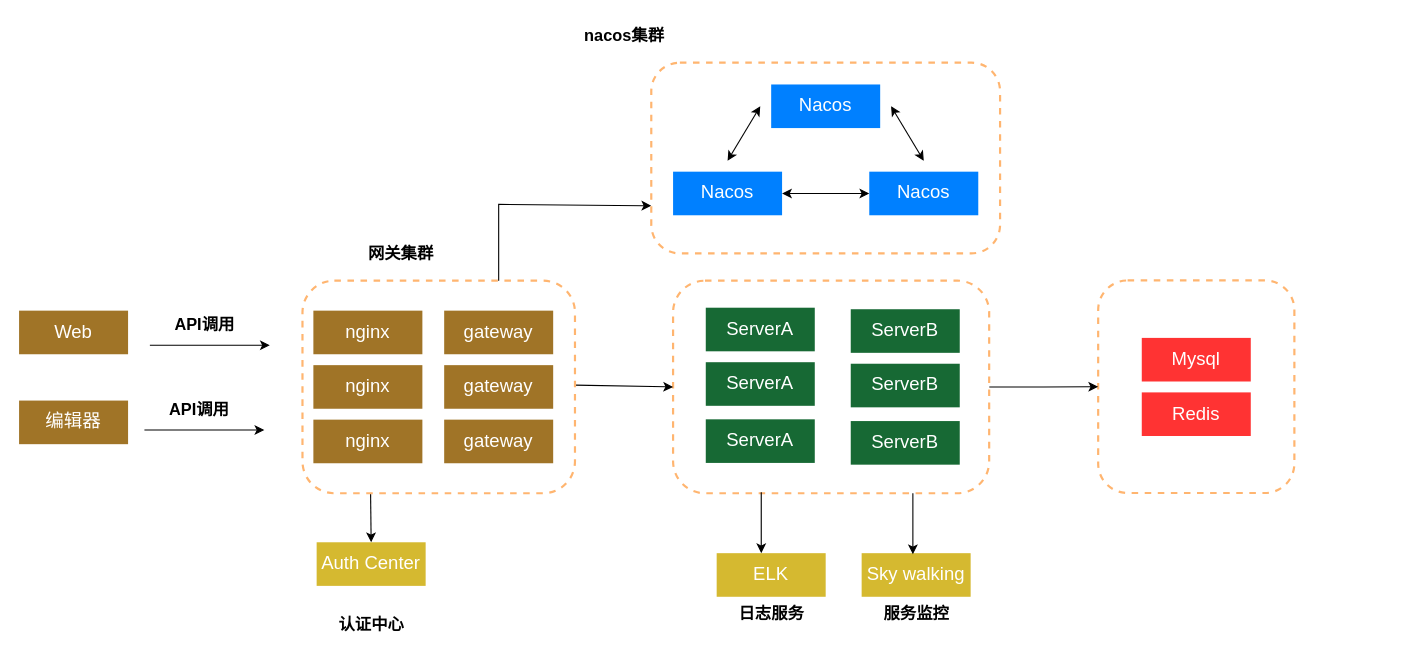
This is csdb/csdb 部署架构图.drawio from DemonHan/KuickBuy, a draw.io file, before an edit. Source tidied: cells renumbered, new cells numbered last; positions are measured from the earlier drawing's top-left corner, leaving out a move shared by most shapes. Both pictures are drawn from the tidied source at 109%, with x=0, y=0 at pixel (19, 19).
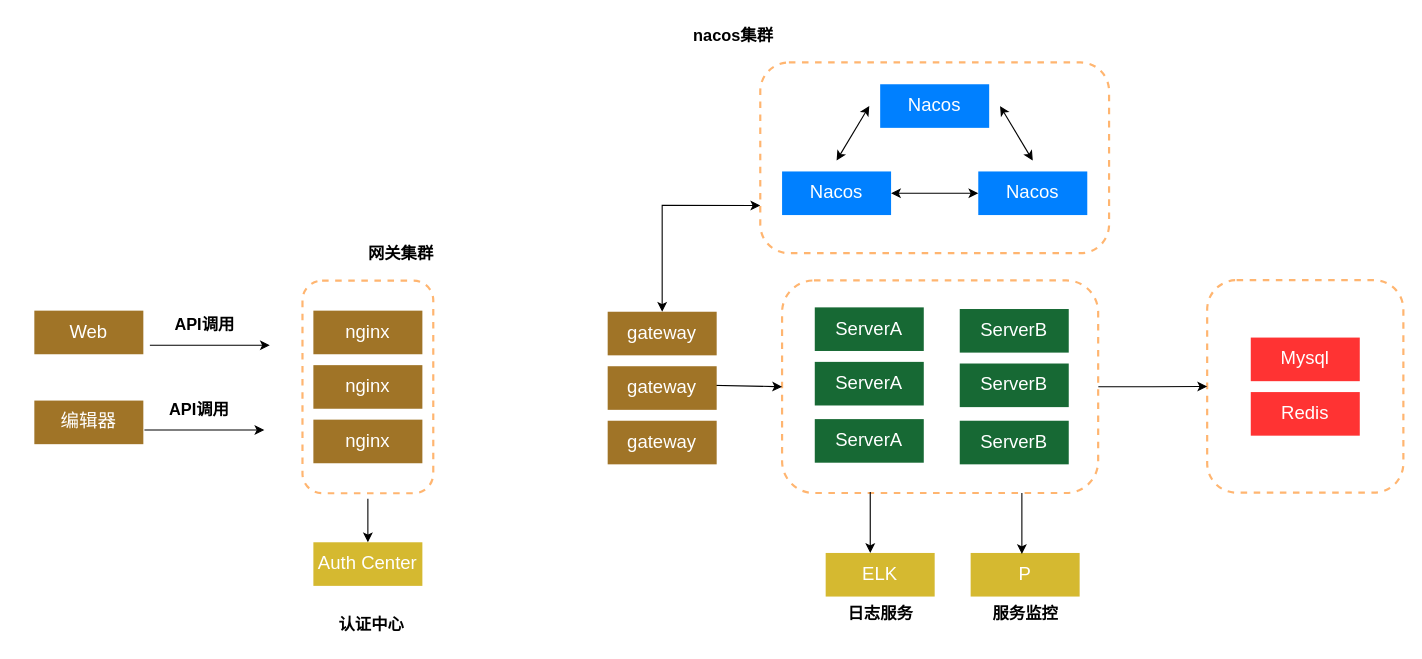
After the change.

Commit message (it also covers changes not shown here):
更新csdb 部署架构图.drawio

Unchanged cells that the change refers to:
```xml
<mxCell id="14" style="rounded=1;whiteSpace=wrap;html=1;dashed=1;strokeColor=#FFB570;strokeWidth=2;" parent="13" vertex="1">
  <mxGeometry width="320" height="175" as="geometry" />
</mxCell>
```

The edit, as a diff of the source:
```diff
@@
     <mxCell id="2" style="rounded=1;whiteSpace=wrap;html=1;dashed=1;strokeColor=#FFB570;strokeWidth=2;" parent="1" vertex="1">
-      <mxGeometry x="990" y="239.8" width="180" height="195" as="geometry" />
+      <mxGeometry x="1090" y="239.5" width="180" height="195" as="geometry" />
     </mxCell>
     <mxCell id="3" style="endArrow=classic;startArrow=classic;html=1;rounded=0;entryX=0;entryY=0.75;entryDx=0;entryDy=0;" parent="1" edge="1" source="37" target="14">
       <mxGeometry relative="1" as="geometry">
         <Array as="points">
-          <mxPoint x="440" y="170" />
+          <mxPoint x="590" y="170.8" />
         </Array>
       </mxGeometry>
     </mxCell>
@@
     <mxCell id="7" value="nacos集群" style="text;html=1;align=center;verticalAlign=middle;strokeColor=none;fillColor=none;strokeWidth=3;fontSize=15;fontStyle=1;" parent="1" vertex="1">
-      <mxGeometry x="505" width="100" height="30" as="geometry" />
+      <mxGeometry x="605" y="-0.2" width="100" height="30" as="geometry" />
     </mxCell>
@@
     <mxCell id="9" style="rounded=1;whiteSpace=wrap;html=1;dashed=1;strokeColor=#FFB570;strokeWidth=2;" parent="1" vertex="1">
-      <mxGeometry x="600" y="240" width="290" height="195" as="geometry" />
+      <mxGeometry x="700" y="239.8" width="290" height="195" as="geometry" />
     </mxCell>
     <mxCell id="10" value="&lt;font color=&quot;#ffffff&quot;&gt;ServerA&lt;/font&gt;" style="rounded=0;whiteSpace=wrap;html=1;fillColor=#176934;fontSize=17;strokeColor=none;" parent="1" vertex="1">
-      <mxGeometry x="630" y="264.8" width="100" height="40" as="geometry" />
+      <mxGeometry x="730" y="264.5" width="100" height="40" as="geometry" />
     </mxCell>
     <mxCell id="11" value="&lt;font color=&quot;#ffffff&quot;&gt;ServerA&lt;/font&gt;" style="rounded=0;whiteSpace=wrap;html=1;fillColor=#176934;fontSize=17;strokeColor=none;" parent="1" vertex="1">
-      <mxGeometry x="630" y="314.8" width="100" height="40" as="geometry" />
+      <mxGeometry x="730" y="314.5" width="100" height="40" as="geometry" />
     </mxCell>
     <mxCell id="12" value="&lt;font color=&quot;#ffffff&quot;&gt;ServerA&lt;/font&gt;" style="rounded=0;whiteSpace=wrap;html=1;fillColor=#176934;fontSize=17;strokeColor=none;" parent="1" vertex="1">
-      <mxGeometry x="630" y="367.2" width="100" height="40" as="geometry" />
+      <mxGeometry x="730" y="367" width="100" height="40" as="geometry" />
     </mxCell>
     <mxCell id="13" style="group;" parent="1" vertex="1">
-      <mxGeometry x="580" y="40" width="320" height="175" as="geometry" />
+      <mxGeometry x="680" y="39.8" width="320" height="175" as="geometry" />
     </mxCell>
@@
     <mxCell id="21" style="endArrow=classic;html=1;rounded=0;entryX=0;entryY=0.5;entryDx=0;entryDy=0;" parent="1" edge="1" target="9">
       <mxGeometry relative="1" as="geometry">
-        <mxPoint x="510" y="335.8" as="sourcePoint" />
+        <mxPoint x="610" y="335.5" as="sourcePoint" />
       </mxGeometry>
     </mxCell>
     <mxCell id="22" value="&lt;font color=&quot;#ffffff&quot;&gt;Auth Center&lt;/font&gt;" style="rounded=0;whiteSpace=wrap;html=1;fillColor=#d5b930;fontSize=17;strokeColor=none;" parent="1" vertex="1">
-      <mxGeometry x="273" y="480" width="100" height="40" as="geometry" />
+      <mxGeometry x="270" y="480" width="100" height="40" as="geometry" />
     </mxCell>
-    <mxCell id="23" style="endArrow=classic;html=1;rounded=0;entryX=0.5;entryY=0;entryDx=0;entryDy=0;exitX=0.25;exitY=1;exitDx=0;exitDy=0;" parent="1" edge="1" source="36" target="22">
-      <mxGeometry relative="1" as="geometry" />
+    <mxCell id="23" style="endArrow=classic;html=1;rounded=0;entryX=0.5;entryY=0;entryDx=0;entryDy=0;" parent="1" edge="1" target="22">
+      <mxGeometry relative="1" as="geometry">
+        <mxPoint x="320" y="440" as="sourcePoint" />
+      </mxGeometry>
     </mxCell>
@@
     <mxCell id="25" value="&lt;font color=&quot;#ffffff&quot;&gt;ELK&lt;/font&gt;" style="rounded=0;whiteSpace=wrap;html=1;fillColor=#d5b930;fontSize=17;strokeColor=none;" parent="1" vertex="1">
-      <mxGeometry x="640" y="490" width="100" height="40" as="geometry" />
+      <mxGeometry x="740" y="489.8" width="100" height="40" as="geometry" />
     </mxCell>
@@
     <mxCell id="27" value="日志服务" style="text;html=1;align=center;verticalAlign=middle;strokeColor=none;fillColor=none;strokeWidth=3;fontSize=15;fontStyle=1;" parent="1" vertex="1">
-      <mxGeometry x="650" y="530" width="80" height="30" as="geometry" />
+      <mxGeometry x="750" y="529.8" width="80" height="30" as="geometry" />
     </mxCell>
-    <mxCell id="28" value="&lt;font color=&quot;#ffffff&quot;&gt;Sky&amp;nbsp;walking&lt;/font&gt;" style="rounded=0;whiteSpace=wrap;html=1;fillColor=#d5b930;fontSize=17;strokeColor=none;" parent="1" vertex="1">
-      <mxGeometry x="773" y="490" width="100" height="40" as="geometry" />
+    <mxCell id="28" value="&lt;font color=&quot;#ffffff&quot;&gt;P&lt;/font&gt;" style="rounded=0;whiteSpace=wrap;html=1;fillColor=#d5b930;fontSize=17;strokeColor=none;" parent="1" vertex="1">
+      <mxGeometry x="873" y="489.8" width="100" height="40" as="geometry" />
     </mxCell>
     <mxCell id="29" style="endArrow=classic;html=1;rounded=0;exitX=0.279;exitY=0.995;exitDx=0;exitDy=0;exitPerimeter=0;entryX=0.409;entryY=0;entryDx=0;entryDy=0;entryPerimeter=0;" parent="1" edge="1">
       <mxGeometry relative="1" as="geometry">
-        <mxPoint x="820" y="435" as="sourcePoint" />
-        <mxPoint x="820" y="491" as="targetPoint" />
+        <mxPoint x="920" y="434.8" as="sourcePoint" />
+        <mxPoint x="920" y="490.8" as="targetPoint" />
       </mxGeometry>
     </mxCell>
     <mxCell id="30" value="服务监控" style="text;html=1;align=center;verticalAlign=middle;strokeColor=none;fillColor=none;strokeWidth=3;fontSize=15;fontStyle=1;" parent="1" vertex="1">
-      <mxGeometry x="783" y="530" width="80" height="30" as="geometry" />
+      <mxGeometry x="883" y="529.8" width="80" height="30" as="geometry" />
     </mxCell>
     <mxCell id="31" value="&lt;font color=&quot;#ffffff&quot;&gt;Mysql&lt;/font&gt;" style="rounded=0;whiteSpace=wrap;html=1;fillColor=#FF3333;fontSize=17;strokeColor=none;" parent="1" vertex="1">
-      <mxGeometry x="1030" y="292.5" width="100" height="40" as="geometry" />
+      <mxGeometry x="1130" y="292.2" width="100" height="40" as="geometry" />
     </mxCell>
     <mxCell id="32" value="&lt;font color=&quot;#ffffff&quot;&gt;Redis&lt;/font&gt;" style="rounded=0;whiteSpace=wrap;html=1;fillColor=#FF3333;fontSize=17;strokeColor=none;" parent="1" vertex="1">
-      <mxGeometry x="1030" y="342.5" width="100" height="40" as="geometry" />
+      <mxGeometry x="1130" y="342.2" width="100" height="40" as="geometry" />
     </mxCell>
     <mxCell id="33" value="&lt;font color=&quot;#ffffff&quot;&gt;ServerB&lt;/font&gt;" style="rounded=0;whiteSpace=wrap;html=1;fillColor=#176934;fontSize=17;strokeColor=none;" parent="1" vertex="1">
-      <mxGeometry x="763" y="266.2" width="100" height="40" as="geometry" />
+      <mxGeometry x="863" y="266" width="100" height="40" as="geometry" />
     </mxCell>
     <mxCell id="34" value="&lt;font color=&quot;#ffffff&quot;&gt;ServerB&lt;/font&gt;" style="rounded=0;whiteSpace=wrap;html=1;fillColor=#176934;fontSize=17;strokeColor=none;" parent="1" vertex="1">
-      <mxGeometry x="763" y="316.2" width="100" height="40" as="geometry" />
+      <mxGeometry x="863" y="316" width="100" height="40" as="geometry" />
     </mxCell>
     <mxCell id="35" value="&lt;font color=&quot;#ffffff&quot;&gt;ServerB&lt;/font&gt;" style="rounded=0;whiteSpace=wrap;html=1;fillColor=#176934;fontSize=17;strokeColor=none;" parent="1" vertex="1">
-      <mxGeometry x="763" y="368.8" width="100" height="40" as="geometry" />
+      <mxGeometry x="863" y="368.5" width="100" height="40" as="geometry" />
     </mxCell>
     <mxCell id="36" style="rounded=1;whiteSpace=wrap;html=1;dashed=1;strokeColor=#FFB570;strokeWidth=2;" parent="1" vertex="1">
-      <mxGeometry x="260" y="240" width="250" height="195" as="geometry" />
+      <mxGeometry x="260" y="240" width="120" height="195" as="geometry" />
     </mxCell>
     <mxCell id="37" value="&lt;font color=&quot;#ffffff&quot;&gt;gateway&lt;/font&gt;" style="rounded=0;whiteSpace=wrap;html=1;fillColor=#a07427;fontSize=17;strokeColor=none;" parent="1" vertex="1">
-      <mxGeometry x="390" y="267.5" width="100" height="40" as="geometry" />
+      <mxGeometry x="540" y="268.5" width="100" height="40" as="geometry" />
     </mxCell>
     <mxCell id="38" value="&lt;font color=&quot;#ffffff&quot;&gt;gateway&lt;/font&gt;" style="rounded=0;whiteSpace=wrap;html=1;fillColor=#a07427;fontSize=17;strokeColor=none;" parent="1" vertex="1">
-      <mxGeometry x="390" y="317.5" width="100" height="40" as="geometry" />
+      <mxGeometry x="540" y="318.5" width="100" height="40" as="geometry" />
     </mxCell>
     <mxCell id="39" value="&lt;font color=&quot;#ffffff&quot;&gt;gateway&lt;/font&gt;" style="rounded=0;whiteSpace=wrap;html=1;fillColor=#a07427;fontSize=17;strokeColor=none;" parent="1" vertex="1">
-      <mxGeometry x="390" y="367.5" width="100" height="40" as="geometry" />
+      <mxGeometry x="540" y="368.5" width="100" height="40" as="geometry" />
     </mxCell>
@@
     <mxCell id="43" value="&lt;font color=&quot;#ffffff&quot;&gt;Web&lt;/font&gt;" style="rounded=0;whiteSpace=wrap;html=1;fillColor=#a07427;fontSize=17;strokeColor=none;" parent="1" vertex="1">
-      <mxGeometry y="267.5" width="100" height="40" as="geometry" />
+      <mxGeometry x="14" y="267.5" width="100" height="40" as="geometry" />
     </mxCell>
     <mxCell id="44" value="&lt;font color=&quot;#ffffff&quot;&gt;编辑器&lt;/font&gt;" style="rounded=0;whiteSpace=wrap;html=1;fillColor=#a07427;fontSize=17;strokeColor=none;" parent="1" vertex="1">
-      <mxGeometry y="350" width="100" height="40" as="geometry" />
+      <mxGeometry x="14" y="350" width="100" height="40" as="geometry" />
     </mxCell>
```
